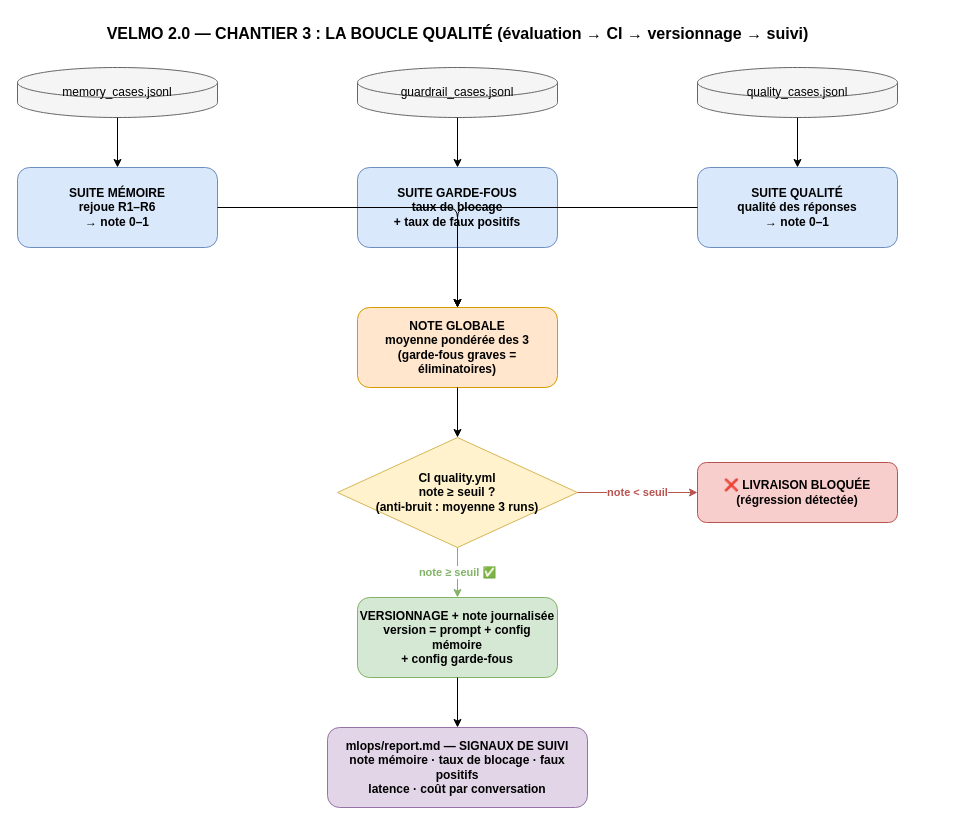
This is docs/chantier3/schema-chantier3-boucle-qualite.drawio from Ganda15/velmo-v2, a draw.io file, before an edit. Source tidied: cells renumbered, new cells numbered last; positions are measured from the earlier drawing's top-left corner, leaving out a move shared by most shapes. Both pictures are drawn from the tidied source at 100%, with x=0, y=0 at pixel (17, 17).
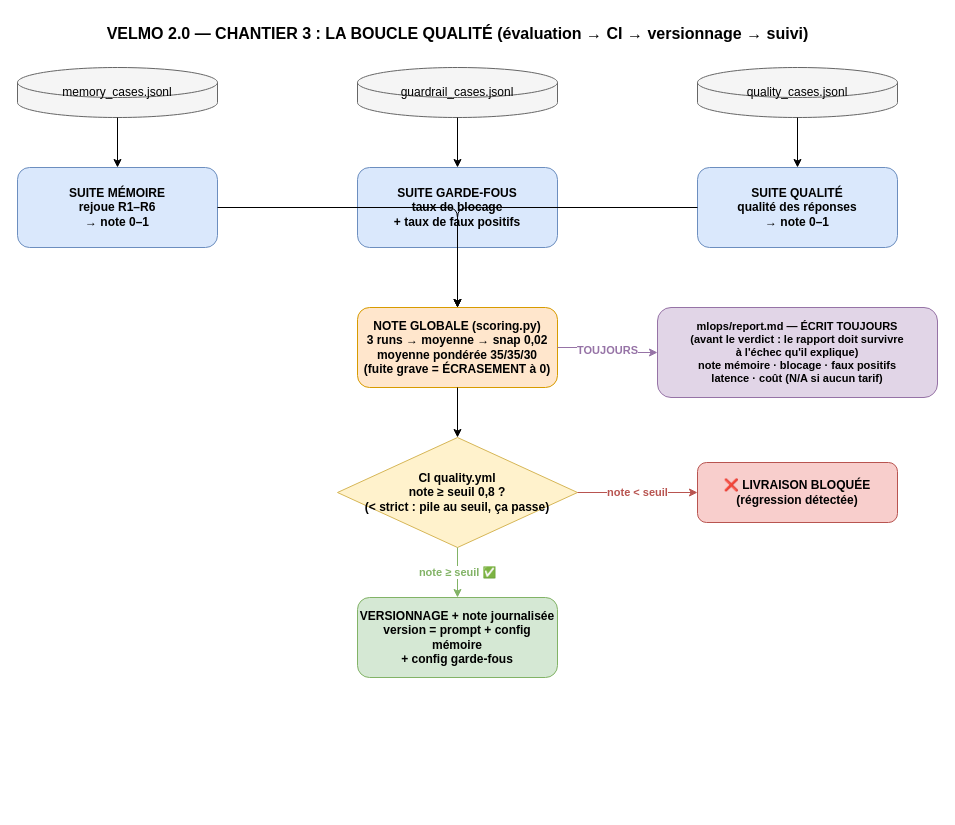
The same diagram, later.

Commit message (it also covers changes not shown here):
docs(schema): boucle qualité corrigée — le rapport était au mauvais endroit

The change refers to these unchanged cells:
```xml
<mxCell id="12" value="VERSIONNAGE + note journalisée&#10;version = prompt + config mémoire&#10;+ config garde-fous" style="rounded=1;whiteSpace=wrap;html=1;fillColor=#d5e8d4;strokeColor=#82b366;fontSize=12;fontStyle=1;" parent="1" vertex="1">
  <mxGeometry x="340" y="580" width="200" height="80" as="geometry" />
</mxCell>
```

Change to the diagram source:
```diff
@@
-    <mxCell id="9" value="NOTE GLOBALE&#10;moyenne pondérée des 3&#10;(garde-fous graves = éliminatoires)" style="rounded=1;whiteSpace=wrap;html=1;fillColor=#ffe6cc;strokeColor=#d79b00;fontSize=12;fontStyle=1;" parent="1" vertex="1">
+    <mxCell id="9" value="NOTE GLOBALE (scoring.py)&#10;3 runs → moyenne → snap 0,02&#10;moyenne pondérée 35/35/30&#10;(fuite grave = ÉCRASEMENT à 0)" style="rounded=1;whiteSpace=wrap;html=1;fillColor=#ffe6cc;strokeColor=#d79b00;fontSize=12;fontStyle=1;" parent="1" vertex="1">
       <mxGeometry x="340" y="290" width="200" height="80" as="geometry" />
     </mxCell>
-    <mxCell id="10" value="CI quality.yml&#10;note ≥ seuil ?&#10;(anti-bruit : moyenne 3 runs)" style="rhombus;whiteSpace=wrap;html=1;fillColor=#fff2cc;strokeColor=#d6b656;fontSize=12;fontStyle=1;" parent="1" vertex="1">
+    <mxCell id="10" value="CI quality.yml&#10;note ≥ seuil 0,8 ?&#10;(&lt; strict : pile au seuil, ça passe)" style="rhombus;whiteSpace=wrap;html=1;fillColor=#fff2cc;strokeColor=#d6b656;fontSize=12;fontStyle=1;" parent="1" vertex="1">
       <mxGeometry x="320" y="420" width="240" height="110" as="geometry" />
     </mxCell>
@@
-    <mxCell id="13" value="mlops/report.md — SIGNAUX DE SUIVI&#10;note mémoire · taux de blocage · faux positifs&#10;latence · coût par conversation" style="rounded=1;whiteSpace=wrap;html=1;fillColor=#e1d5e7;strokeColor=#9673a6;fontSize=12;fontStyle=1;" parent="1" vertex="1">
-      <mxGeometry x="310" y="710" width="260" height="80" as="geometry" />
+    <mxCell id="13" value="mlops/report.md — ÉCRIT TOUJOURS&#10;(avant le verdict : le rapport doit survivre&#10;à l'échec qu'il explique)&#10;note mémoire · blocage · faux positifs&#10;latence · coût (N/A si aucun tarif)" style="rounded=1;whiteSpace=wrap;html=1;fillColor=#e1d5e7;strokeColor=#9673a6;fontSize=11;fontStyle=1;" parent="1" vertex="1">
+      <mxGeometry x="640" y="290" width="280" height="90" as="geometry" />
     </mxCell>
@@
-    <mxCell id="23" style="edgeStyle=orthogonalEdgeStyle;html=1;" parent="1" edge="1" source="12" target="13">
+    <mxCell id="23" value="TOUJOURS" style="edgeStyle=orthogonalEdgeStyle;html=1;strokeColor=#9673a6;fontColor=#9673a6;fontStyle=1;" parent="1" edge="1" source="9" target="13">
       <mxGeometry relative="1" as="geometry" />
     </mxCell>
```
